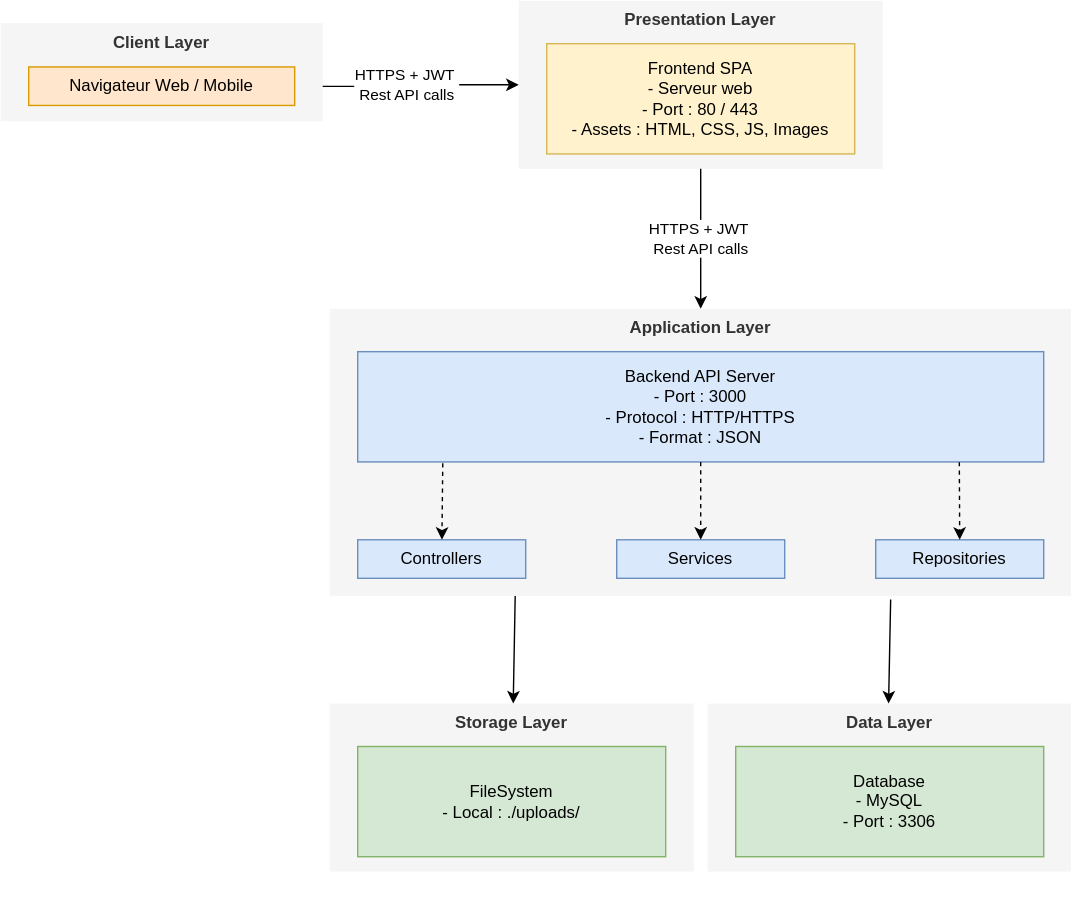
fredmzl/projet3 keeps this draw.io diagram as docs/assets/architecture_simple.svg. Above is the earlier version. Source tidied: cells renumbered, new cells last; positions are measured from the earlier drawing's top-left corner, leaving out a move shared by most shapes.
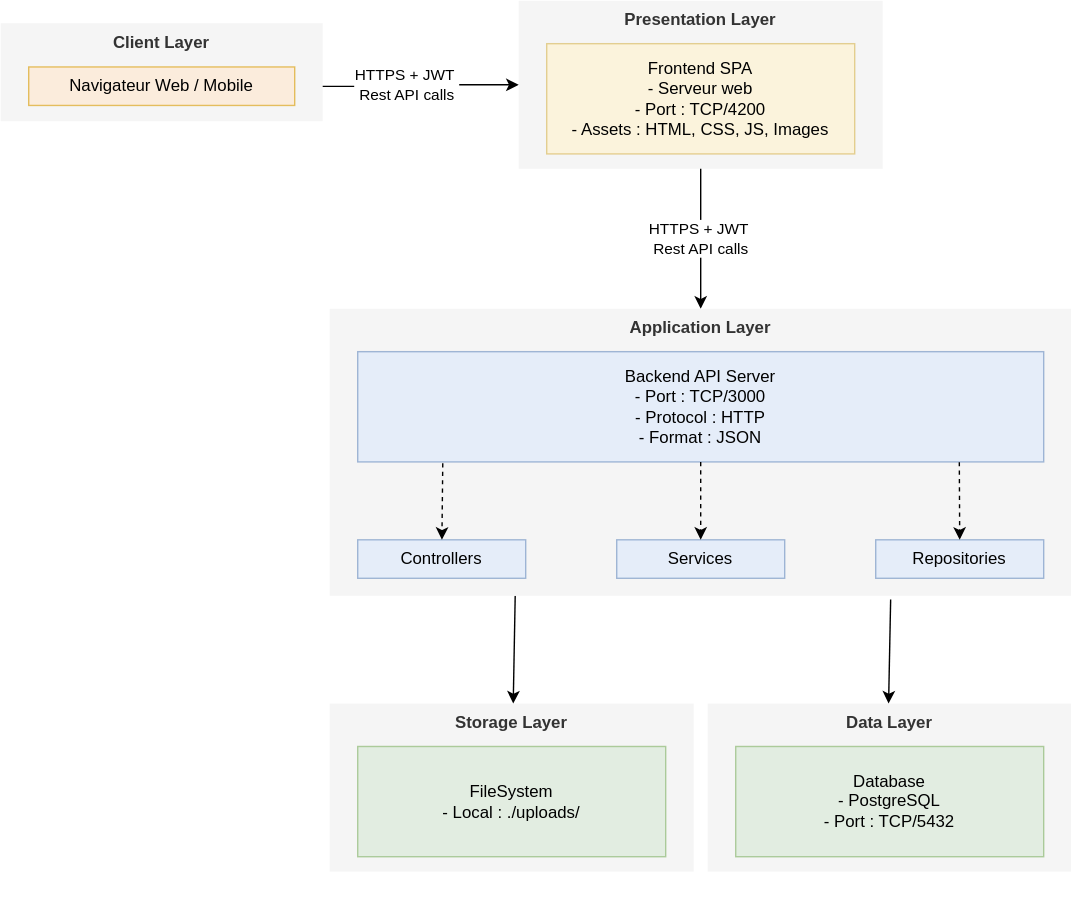
The same file after the commit.

Change to the diagram source:
```diff
@@ -11,7 +11,7 @@
     <mxCell id="4" value="&lt;b&gt;Presentation Layer&lt;/b&gt;" style="rounded=0;whiteSpace=wrap;html=1;verticalAlign=top;labelPosition=center;verticalLabelPosition=middle;align=center;fillColor=#f5f5f5;fontColor=#333333;strokeColor=none;" parent="3" vertex="1">
       <mxGeometry width="260" height="120" as="geometry" />
     </mxCell>
-    <mxCell id="5" value="Frontend SPA&lt;br&gt;- Serveur web&lt;br&gt;- Port : 80 / 443&lt;br&gt;- Assets : HTML, CSS, JS, Images" style="rounded=0;whiteSpace=wrap;html=1;fillColor=#fff2cc;strokeColor=#d6b656;" parent="3" vertex="1">
+    <mxCell id="5" value="Frontend SPA&lt;br&gt;- Serveur web&lt;br&gt;- Port : TCP/4200&lt;br&gt;- Assets : HTML, CSS, JS, Images" style="rounded=0;whiteSpace=wrap;html=1;fillColor=#fff2cc;strokeColor=#d6b656;opacity=60;" parent="3" vertex="1">
       <mxGeometry x="20" y="30.6" width="220" height="78.8" as="geometry" />
     </mxCell>
     <mxCell id="6" value="HTTPS + JWT&amp;nbsp;&lt;br&gt;Rest API calls" style="edgeStyle=orthogonalEdgeStyle;rounded=0;jettySize=auto;html=1;" parent="1" edge="1" source="9" target="4">
@@ -23,7 +23,7 @@
     <mxCell id="8" value="&lt;b&gt;Client Layer&lt;/b&gt;" style="rounded=0;whiteSpace=wrap;html=1;verticalAlign=top;labelPosition=center;verticalLabelPosition=middle;align=center;fillColor=#f5f5f5;fontColor=#333333;strokeColor=none;" parent="7" vertex="1">
       <mxGeometry width="230" height="70" as="geometry" />
     </mxCell>
-    <mxCell id="9" value="Navigateur Web / Mobile" style="rounded=0;whiteSpace=wrap;html=1;fillColor=#ffe6cc;strokeColor=#d79b00;" parent="7" vertex="1">
+    <mxCell id="9" value="Navigateur Web / Mobile" style="rounded=0;whiteSpace=wrap;html=1;fillColor=#ffe6cc;strokeColor=#d79b00;opacity=60;" parent="7" vertex="1">
       <mxGeometry x="20" y="31.2" width="190" height="27.5" as="geometry" />
     </mxCell>
     <mxCell id="10" value="HTTPS + JWT&amp;nbsp;&lt;br&gt;Rest API calls" style="edgeStyle=orthogonalEdgeStyle;rounded=0;jettySize=auto;html=1;" parent="1" edge="1" source="4" target="22">
@@ -38,7 +38,7 @@
     <mxCell id="13" value="&lt;b&gt;Storage Layer&lt;/b&gt;" style="rounded=0;whiteSpace=wrap;html=1;verticalAlign=top;labelPosition=center;verticalLabelPosition=middle;align=center;fillColor=#f5f5f5;fontColor=#333333;strokeColor=none;" parent="12" vertex="1">
       <mxGeometry width="260" height="120" as="geometry" />
     </mxCell>
-    <mxCell id="14" value="FileSystem&lt;br&gt;- Local : ./uploads/" style="rounded=0;whiteSpace=wrap;html=1;fillColor=#d5e8d4;strokeColor=#82b366;" parent="12" vertex="1">
+    <mxCell id="14" value="FileSystem&lt;br&gt;- Local : ./uploads/" style="rounded=0;whiteSpace=wrap;html=1;fillColor=#d5e8d4;strokeColor=#82b366;opacity=60;" parent="12" vertex="1">
       <mxGeometry x="20" y="30.6" width="220" height="78.8" as="geometry" />
     </mxCell>
     <mxCell id="15" style="group;" parent="1" vertex="1">
@@ -50,7 +50,7 @@
     <mxCell id="17" value="&lt;b&gt;Data Layer&lt;/b&gt;" style="rounded=0;whiteSpace=wrap;html=1;verticalAlign=top;labelPosition=center;verticalLabelPosition=middle;align=center;fillColor=#f5f5f5;fontColor=#333333;strokeColor=none;" parent="16" vertex="1">
       <mxGeometry width="260" height="120" as="geometry" />
     </mxCell>
-    <mxCell id="18" value="Database&lt;br&gt;- MySQL&lt;br&gt;- Port : 3306" style="rounded=0;whiteSpace=wrap;html=1;fillColor=#d5e8d4;strokeColor=#82b366;" parent="16" vertex="1">
+    <mxCell id="18" value="Database&lt;br&gt;- PostgreSQL&lt;br&gt;- Port : TCP/5432" style="rounded=0;whiteSpace=wrap;html=1;fillColor=#d5e8d4;strokeColor=#82b366;opacity=60;" parent="16" vertex="1">
       <mxGeometry x="20" y="30.6" width="220" height="78.8" as="geometry" />
     </mxCell>
     <mxCell id="19" style="endArrow=classic;html=1;rounded=0;exitX=0.25;exitY=1;exitDx=0;exitDy=0;" parent="1" edge="1" source="22" target="13">
@@ -67,16 +67,16 @@
     <mxCell id="22" value="&lt;b&gt;Application Layer&lt;/b&gt;" style="rounded=0;whiteSpace=wrap;html=1;verticalAlign=top;labelPosition=center;verticalLabelPosition=middle;align=center;fillColor=#f5f5f5;fontColor=#333333;strokeColor=none;" parent="21" vertex="1">
       <mxGeometry width="530" height="205" as="geometry" />
     </mxCell>
-    <mxCell id="23" value="Backend API Server&lt;br&gt;- Port : 3000&lt;br&gt;- Protocol : HTTP/HTTPS&lt;br&gt;- Format : JSON" style="rounded=0;whiteSpace=wrap;html=1;align=center;fillColor=#dae8fc;strokeColor=#6c8ebf;" parent="21" vertex="1">
+    <mxCell id="23" value="Backend API Server&lt;br&gt;- Port : TCP/3000&lt;br&gt;- Protocol : HTTP&lt;br&gt;- Format : JSON" style="rounded=0;whiteSpace=wrap;html=1;align=center;fillColor=#dae8fc;strokeColor=#6c8ebf;opacity=60;" parent="21" vertex="1">
       <mxGeometry x="20" y="30.6" width="490" height="78.8" as="geometry" />
     </mxCell>
-    <mxCell id="24" value="Controllers" style="rounded=0;whiteSpace=wrap;html=1;fillColor=#dae8fc;strokeColor=#6c8ebf;" parent="21" vertex="1">
+    <mxCell id="24" value="Controllers" style="rounded=0;whiteSpace=wrap;html=1;fillColor=#dae8fc;strokeColor=#6c8ebf;opacity=60;" parent="21" vertex="1">
       <mxGeometry x="20" y="165" width="120" height="27.5" as="geometry" />
     </mxCell>
-    <mxCell id="25" value="Services" style="rounded=0;whiteSpace=wrap;html=1;fillColor=#dae8fc;strokeColor=#6c8ebf;" parent="21" vertex="1">
+    <mxCell id="25" value="Services" style="rounded=0;whiteSpace=wrap;html=1;fillColor=#dae8fc;strokeColor=#6c8ebf;opacity=60;" parent="21" vertex="1">
       <mxGeometry x="205" y="165" width="120" height="27.5" as="geometry" />
     </mxCell>
-    <mxCell id="26" value="Repositories" style="rounded=0;whiteSpace=wrap;html=1;fillColor=#dae8fc;strokeColor=#6c8ebf;" parent="21" vertex="1">
+    <mxCell id="26" value="Repositories" style="rounded=0;whiteSpace=wrap;html=1;fillColor=#dae8fc;strokeColor=#6c8ebf;opacity=60;" parent="21" vertex="1">
       <mxGeometry x="390" y="165" width="120" height="27.5" as="geometry" />
     </mxCell>
     <mxCell id="27" style="endArrow=classic;html=1;rounded=0;exitX=0.124;exitY=1.013;exitDx=0;exitDy=0;exitPerimeter=0;dashed=1;" parent="21" edge="1" source="23" target="24">
```
